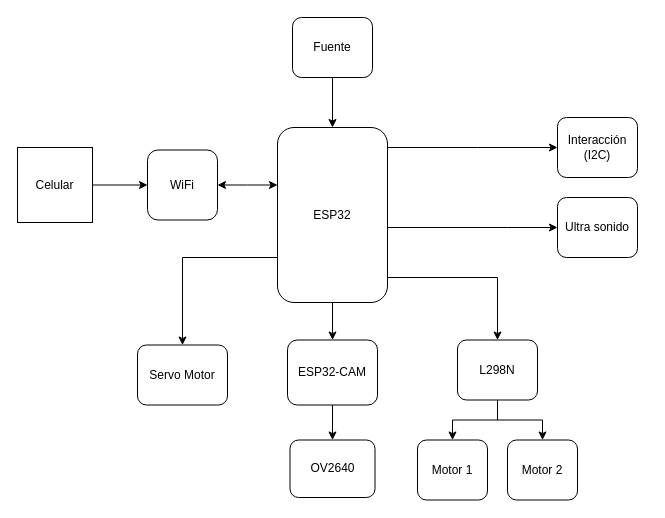
The draw.io diagram Diagrama_bloques.drawio in Davidariza99/Ejemplo-1, before the edit. Source tidied: cells renumbered, new cells numbered last; positions are measured from the earlier drawing's top-left corner, leaving out a move shared by most shapes. Both pictures are drawn from the tidied source at 100%, with x=0, y=0 at pixel (17, 17).
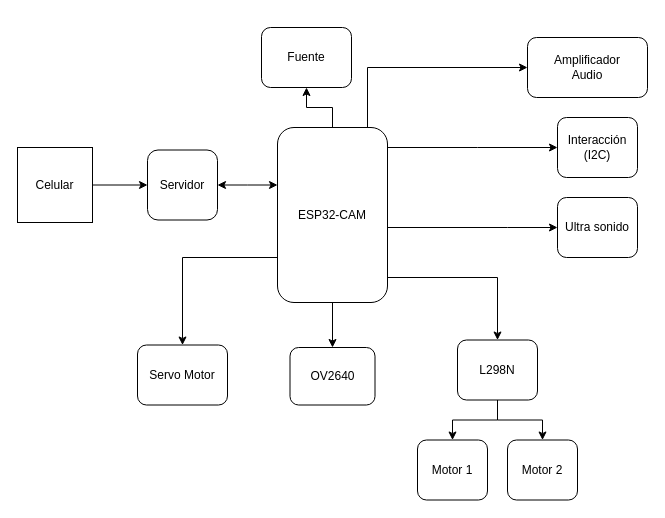
Above is the later version.

What changed in the source:
```diff
@@
-    <mxCell id="3" value="WiFi" style="whiteSpace=wrap;html=1;rounded=1;" parent="1" vertex="1">
+    <mxCell id="3" value="Servidor" style="whiteSpace=wrap;html=1;rounded=1;" parent="1" vertex="1">
       <mxGeometry x="130" y="132.5" width="70" height="70" as="geometry" />
     </mxCell>
-    <mxCell id="4" style="edgeStyle=orthogonalEdgeStyle;rounded=0;jettySize=auto;html=1;" parent="1" edge="1" source="9" target="13">
-      <mxGeometry relative="1" as="geometry" />
-    </mxCell>
@@
+    <mxCell id="25" style="edgeStyle=orthogonalEdgeStyle;rounded=0;jettySize=auto;html=1;entryX=0.5;entryY=0;entryDx=0;entryDy=0;" parent="1" edge="1" source="9" target="14">
+      <mxGeometry relative="1" as="geometry" />
+    </mxCell>
+    <mxCell id="26" style="edgeStyle=orthogonalEdgeStyle;rounded=0;jettySize=auto;html=1;entryX=0;entryY=0.5;entryDx=0;entryDy=0;" parent="1" edge="1" source="9" target="28">
+      <mxGeometry relative="1" as="geometry">
+        <Array as="points">
+          <mxPoint x="350" y="50" />
+        </Array>
+      </mxGeometry>
+    </mxCell>
+    <mxCell id="27" style="edgeStyle=orthogonalEdgeStyle;rounded=0;jettySize=auto;html=1;" parent="1" edge="1" source="9" target="24">
+      <mxGeometry relative="1" as="geometry" />
+    </mxCell>
-    <mxCell id="9" value="ESP32" style="rounded=1;whiteSpace=wrap;html=1;strokeWidth=1;" parent="1" vertex="1">
+    <mxCell id="9" value="ESP32-CAM" style="rounded=1;whiteSpace=wrap;html=1;strokeWidth=1;" parent="1" vertex="1">
       <mxGeometry x="260" y="110" width="110" height="175" as="geometry" />
     </mxCell>
@@
-    <mxCell id="12" style="edgeStyle=orthogonalEdgeStyle;rounded=0;jettySize=auto;html=1;" parent="1" edge="1" source="13" target="14">
-      <mxGeometry relative="1" as="geometry" />
-    </mxCell>
-    <mxCell id="13" value="ESP32-CAM" style="rounded=1;whiteSpace=wrap;html=1;strokeWidth=1;" parent="1" vertex="1">
-      <mxGeometry x="270" y="322.5" width="90" height="65" as="geometry" />
-    </mxCell>
     <mxCell id="14" value="OV2640" style="rounded=1;whiteSpace=wrap;html=1;strokeWidth=1;" parent="1" vertex="1">
-      <mxGeometry x="272.5" y="422.5" width="85" height="57.5" as="geometry" />
+      <mxGeometry x="272.5" y="330" width="85" height="57.5" as="geometry" />
     </mxCell>
@@
-    <mxCell id="23" style="edgeStyle=orthogonalEdgeStyle;rounded=0;jettySize=auto;html=1;entryX=0.5;entryY=0;entryDx=0;entryDy=0;" parent="1" edge="1" source="24" target="9">
-      <mxGeometry relative="1" as="geometry" />
-    </mxCell>
     <mxCell id="24" value="Fuente" style="rounded=1;whiteSpace=wrap;html=1;" parent="1" vertex="1">
-      <mxGeometry x="275" width="80" height="60" as="geometry" />
+      <mxGeometry x="244" y="10" width="90" height="60" as="geometry" />
     </mxCell>
+    <mxCell id="28" value="Amplificador&lt;br&gt;Audio" style="rounded=1;whiteSpace=wrap;html=1;" parent="1" vertex="1">
+      <mxGeometry x="510" y="20" width="120" height="60" as="geometry" />
+    </mxCell>
```
